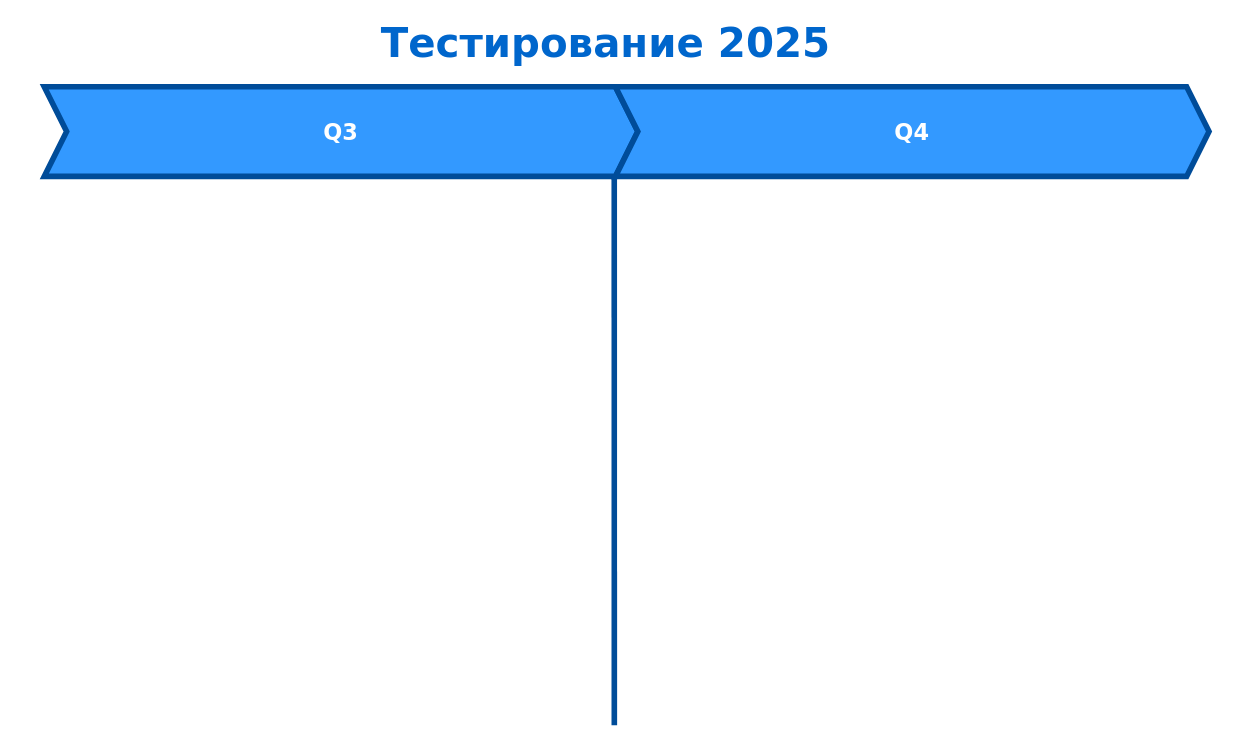
Before: autotest map.drawio in Vitgit31/draw, a draw.io diagram. Source tidied: cells renumbered, new cells numbered last; positions are measured from the earlier drawing's top-left corner, leaving out a move shared by most shapes. Both pictures are drawn from the tidied source at 112%, with x=0, y=0 at pixel (44, 19).
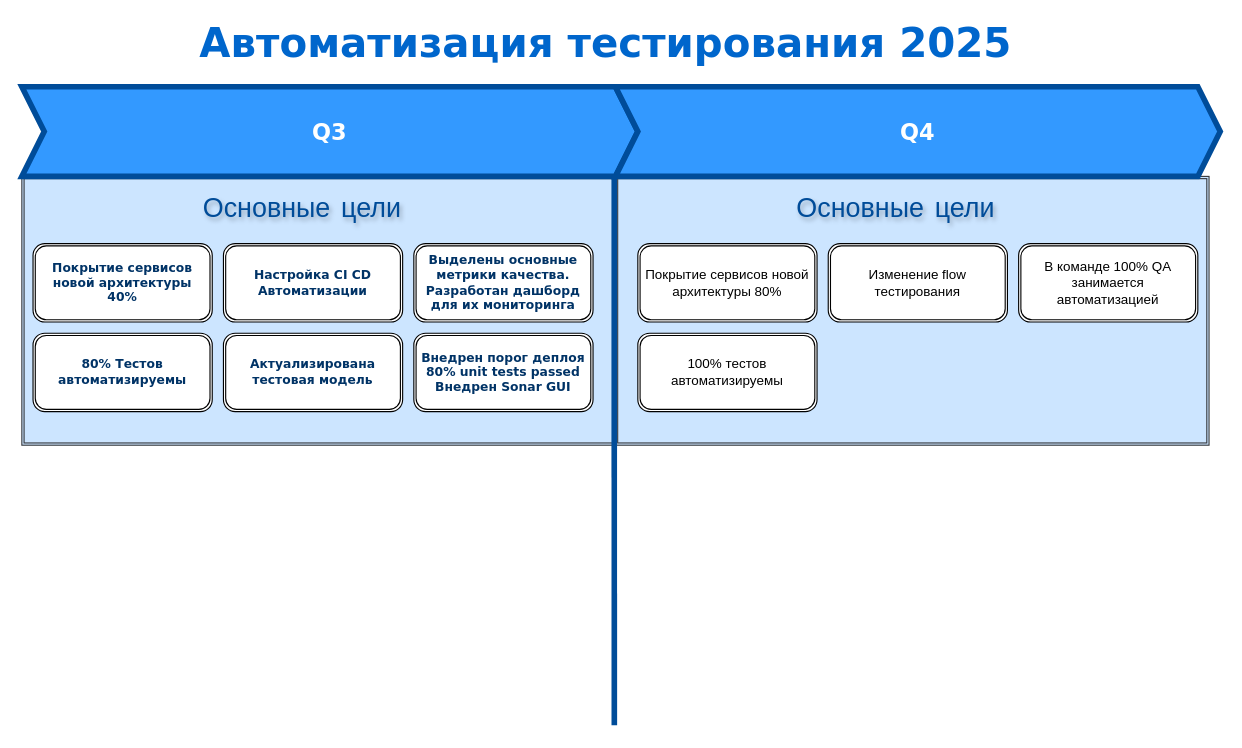
Above is the later version.

The edit, as a diff of the source:
```diff
@@
+    <mxCell id="6" style="shape=ext;double=1;rounded=0;whiteSpace=wrap;html=1;fillColor=#cce5ff;strokeColor=#36393d;" parent="1" vertex="1">
+      <mxGeometry x="510" y="140" width="530" height="240" as="geometry" />
+    </mxCell>
+    <mxCell id="7" value="Основные цели" style="text;strokeColor=none;fillColor=none;html=1;fontSize=24;fontStyle=0;verticalAlign=middle;align=center;labelBackgroundColor=none;labelBorderColor=none;textShadow=1;fontColor=#004C99;fontFamily=Comic Sans MS;" parent="1" vertex="1">
+      <mxGeometry x="710" y="150" width="100" height="40" as="geometry" />
+    </mxCell>
+    <mxCell id="8" style="shape=ext;double=1;rounded=0;whiteSpace=wrap;html=1;fillColor=#cce5ff;strokeColor=#36393d;" parent="1" vertex="1">
+      <mxGeometry x="-20" y="140" width="530" height="240" as="geometry" />
+    </mxCell>
     <mxCell id="2" value="&lt;font style=&quot;font-size: 20px; color: rgb(255, 255, 255);&quot; face=&quot;Verdana&quot;&gt;&lt;b style=&quot;&quot;&gt;Q3&lt;/b&gt;&lt;/font&gt;" style="shape=step;perimeter=stepPerimeter;whiteSpace=wrap;html=1;fixedSize=1;fillColor=#3399FF;strokeColor=#004C99;strokeWidth=5;" parent="1" vertex="1">
-      <mxGeometry y="60" width="530" height="80" as="geometry" />
+      <mxGeometry x="-20" y="60" width="550" height="80" as="geometry" />
     </mxCell>
     <mxCell id="3" value="&lt;font face=&quot;Verdana&quot; style=&quot;font-size: 20px; color: rgb(255, 255, 255);&quot;&gt;&lt;b&gt;Q4&lt;/b&gt;&lt;/font&gt;" style="shape=step;perimeter=stepPerimeter;whiteSpace=wrap;html=1;fixedSize=1;strokeWidth=5;strokeColor=#004C99;fillColor=#3399FF;" parent="1" vertex="1">
-      <mxGeometry x="510" y="60" width="530" height="80" as="geometry" />
+      <mxGeometry x="510" y="60" width="540" height="80" as="geometry" />
     </mxCell>
-    <mxCell id="4" value="&lt;font style=&quot;font-size: 36px; color: rgb(0, 102, 204);&quot; face=&quot;Verdana&quot;&gt;Тестирование 2025&lt;/font&gt;" style="text;strokeColor=none;fillColor=none;html=1;fontSize=24;fontStyle=1;verticalAlign=middle;align=center;strokeWidth=1;labelBackgroundColor=none;labelBorderColor=none;textShadow=0;spacingTop=2;spacingLeft=2;" parent="1" vertex="1">
+    <mxCell id="4" value="&lt;font style=&quot;font-size: 36px; color: rgb(0, 102, 204);&quot; face=&quot;Verdana&quot;&gt;Автоматизация тестирования 2025&lt;/font&gt;" style="text;strokeColor=none;fillColor=none;html=1;fontSize=24;fontStyle=1;verticalAlign=middle;align=center;strokeWidth=1;labelBackgroundColor=none;labelBorderColor=none;textShadow=0;spacingTop=2;spacingLeft=2;" parent="1" vertex="1">
       <mxGeometry x="430" width="140" height="40" as="geometry" />
     </mxCell>
@@
+    <mxCell id="9" value="Покрытие сервисов новой архитектуры 40%" style="shape=ext;double=1;rounded=1;whiteSpace=wrap;html=1;fontStyle=1;fontFamily=Verdana;fontSize=11;fontColor=light-dark(#003366,#EDEDED);" parent="1" vertex="1">
+      <mxGeometry x="-10" y="200" width="160" height="70" as="geometry" />
+    </mxCell>
+    <mxCell id="10" value="Покрытие сервисов новой архитектуры 80%" style="shape=ext;double=1;rounded=1;whiteSpace=wrap;html=1;" parent="1" vertex="1">
+      <mxGeometry x="530" y="200" width="160" height="70" as="geometry" />
+    </mxCell>
+    <mxCell id="11" value="Изменение flow тестирования" style="shape=ext;double=1;rounded=1;whiteSpace=wrap;html=1;" parent="1" vertex="1">
+      <mxGeometry x="700" y="200" width="160" height="70" as="geometry" />
+    </mxCell>
+    <mxCell id="12" value="В команде 100% QA занимается автоматизацией" style="shape=ext;double=1;rounded=1;whiteSpace=wrap;html=1;" parent="1" vertex="1">
+      <mxGeometry x="870" y="200" width="160" height="70" as="geometry" />
+    </mxCell>
+    <mxCell id="13" value="Настройка CI CD Автоматизации" style="shape=ext;double=1;rounded=1;whiteSpace=wrap;html=1;fontStyle=1;fontFamily=Verdana;fontSize=11;fontColor=light-dark(#003366,#EDEDED);" parent="1" vertex="1">
+      <mxGeometry x="160" y="200" width="160" height="70" as="geometry" />
+    </mxCell>
+    <mxCell id="14" value="100% тестов автоматизируемы" style="shape=ext;double=1;rounded=1;whiteSpace=wrap;html=1;" parent="1" vertex="1">
+      <mxGeometry x="530" y="280" width="160" height="70" as="geometry" />
+    </mxCell>
+    <mxCell id="15" value="80% Тестов автоматизируемы" style="shape=ext;double=1;rounded=1;whiteSpace=wrap;html=1;fontStyle=1;fontFamily=Verdana;fontSize=11;fontColor=light-dark(#003366,#EDEDED);" parent="1" vertex="1">
+      <mxGeometry x="-10" y="280" width="160" height="70" as="geometry" />
+    </mxCell>
+    <mxCell id="16" value="Выделены основные метрики качества.&lt;div&gt;Разработан дашборд для их мониторинга&lt;/div&gt;" style="shape=ext;double=1;rounded=1;whiteSpace=wrap;html=1;fontStyle=1;fontFamily=Verdana;fontSize=11;fontColor=light-dark(#003366,#EDEDED);" parent="1" vertex="1">
+      <mxGeometry x="330" y="200" width="160" height="70" as="geometry" />
+    </mxCell>
+    <mxCell id="17" value="Актуализирована тестовая модель" style="shape=ext;double=1;rounded=1;whiteSpace=wrap;html=1;fontStyle=1;fontFamily=Verdana;fontSize=11;fontColor=light-dark(#003366,#EDEDED);" parent="1" vertex="1">
+      <mxGeometry x="160" y="280" width="160" height="70" as="geometry" />
+    </mxCell>
+    <mxCell id="18" value="Внедрен порог деплоя 80% unit tests passed&lt;div&gt;Внедрен Sonar GUI&lt;/div&gt;" style="shape=ext;double=1;rounded=1;whiteSpace=wrap;html=1;fontStyle=1;fontFamily=Verdana;fontSize=11;fontColor=light-dark(#003366,#EDEDED);" parent="1" vertex="1">
+      <mxGeometry x="330" y="280" width="160" height="70" as="geometry" />
+    </mxCell>
+    <mxCell id="19" value="Основные цели" style="text;strokeColor=none;fillColor=none;html=1;fontSize=24;fontStyle=0;verticalAlign=middle;align=center;labelBackgroundColor=none;labelBorderColor=none;textShadow=1;fontColor=#004C99;fontFamily=Comic Sans MS;" parent="1" vertex="1">
+      <mxGeometry x="180" y="150" width="100" height="40" as="geometry" />
+    </mxCell>
```
